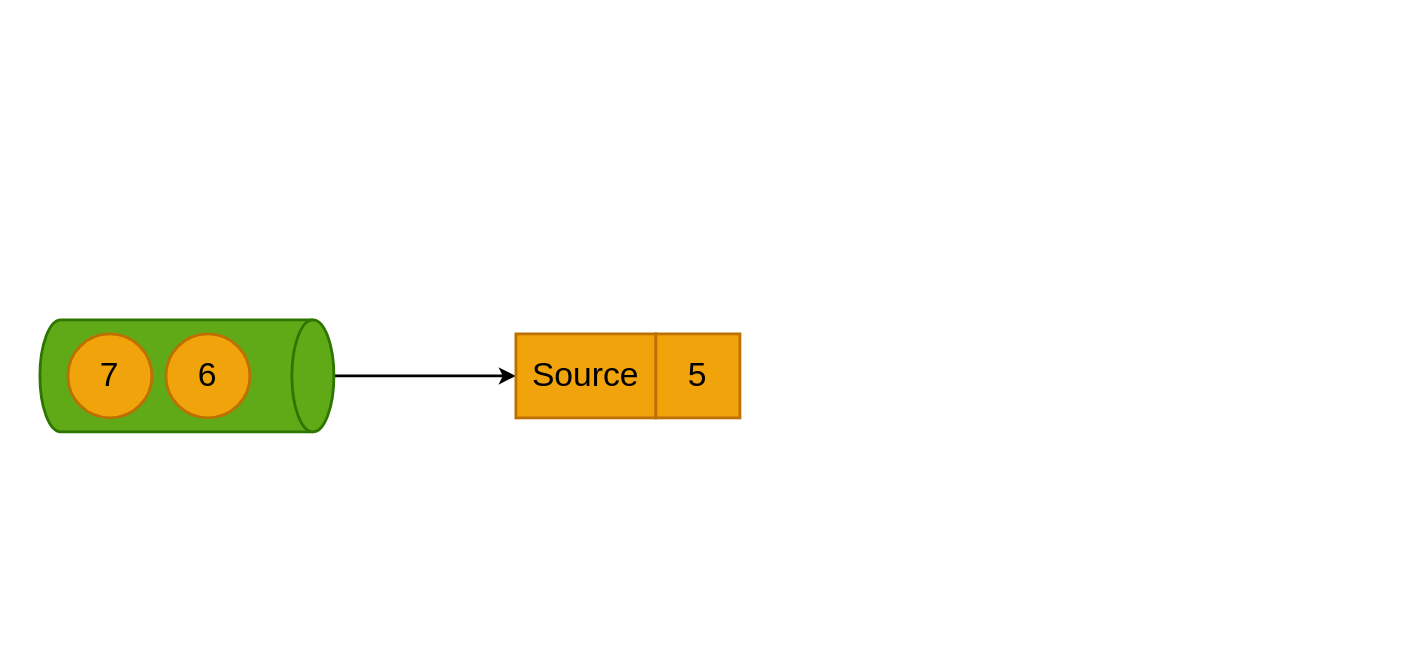
Before: page "checkpoint" (3 of 3) of Flink.drawio in starzy1990/diagrams, a draw.io diagram. Source tidied: cells renumbered, new cells numbered last; positions are measured from the earlier drawing's top-left corner, leaving out a move shared by most shapes. Both pictures are drawn from the tidied source at 140%, with x=0, y=0 at pixel (39, 319).
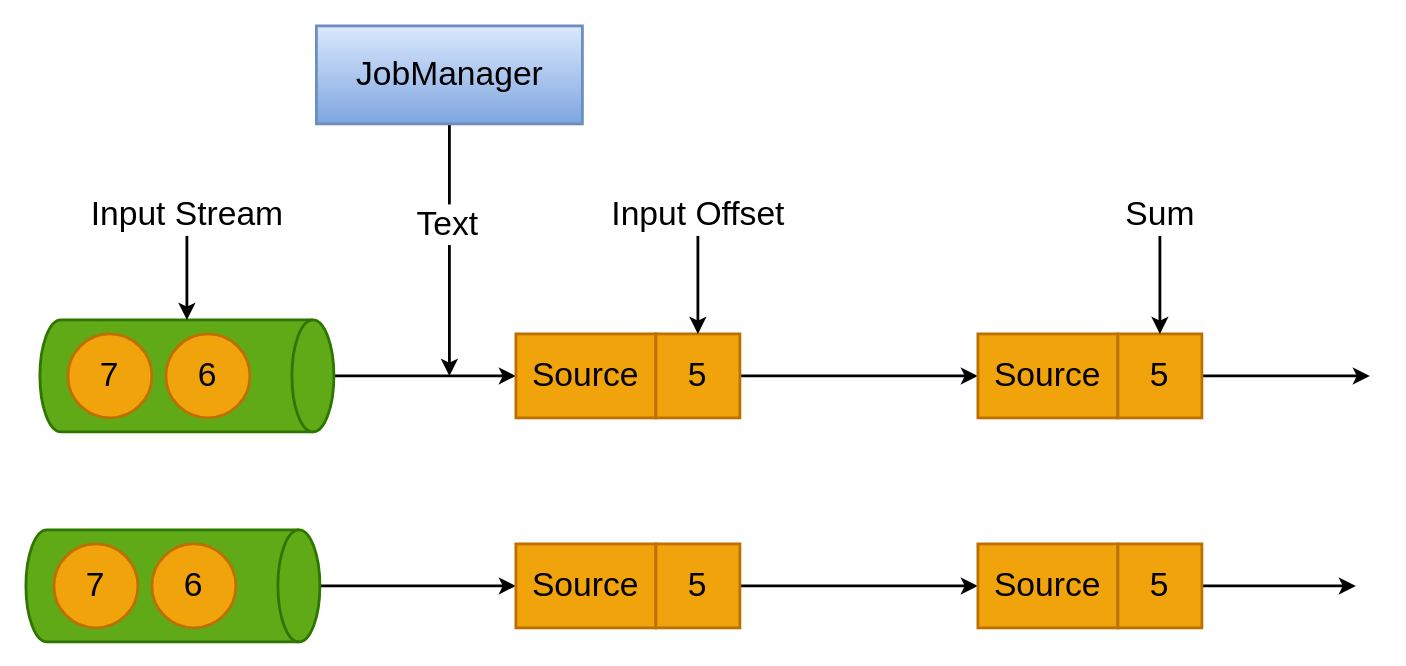
Above is the later version.

The change refers to these unchanged cells:
```xml
<mxCell id="3" style="shape=cylinder3;whiteSpace=wrap;html=1;boundedLbl=1;backgroundOutline=1;size=15;fontSize=18;strokeColor=#2D7600;strokeWidth=2;direction=south;fillColor=#60a917;fontColor=#ffffff;" parent="1" vertex="1">
  <mxGeometry width="210" height="80" as="geometry" />
</mxCell>
<mxCell id="7" value="5" style="rounded=0;whiteSpace=wrap;html=1;fontSize=24;strokeColor=#BD7000;strokeWidth=2;fillColor=#f0a30a;fontColor=#000000;" parent="1" vertex="1">
  <mxGeometry x="440" y="10" width="60" height="60" as="geometry" />
</mxCell>
```

The edit, as a diff of the source:
```diff
@@
+    <mxCell id="8" style="edgeStyle=none;rounded=0;jettySize=auto;html=1;fontSize=24;strokeWidth=2;" parent="1" edge="1" source="7" target="10">
+      <mxGeometry relative="1" as="geometry" />
+    </mxCell>
+    <mxCell id="9" style="edgeStyle=none;rounded=0;jettySize=auto;html=1;entryX=0;entryY=0.5;entryDx=0;entryDy=0;fontSize=24;strokeWidth=2;exitX=1;exitY=0.5;exitDx=0;exitDy=0;" parent="1" edge="1" source="30" target="13">
+      <mxGeometry relative="1" as="geometry" />
+    </mxCell>
@@
+    <mxCell id="10" value="Source" style="rounded=0;whiteSpace=wrap;html=1;fontSize=24;strokeColor=#BD7000;strokeWidth=2;fillColor=#f0a30a;fontColor=#000000;" parent="1" vertex="1">
+      <mxGeometry x="670" y="10" width="100" height="60" as="geometry" />
+    </mxCell>
+    <mxCell id="11" style="edgeStyle=none;rounded=0;jettySize=auto;html=1;fontSize=24;strokeWidth=2;" parent="1" edge="1" source="12">
+      <mxGeometry relative="1" as="geometry">
+        <mxPoint x="950" y="40" as="targetPoint" />
+      </mxGeometry>
+    </mxCell>
+    <mxCell id="12" value="5" style="rounded=0;whiteSpace=wrap;html=1;fontSize=24;strokeColor=#BD7000;strokeWidth=2;fillColor=#f0a30a;fontColor=#000000;" parent="1" vertex="1">
+      <mxGeometry x="770" y="10" width="60" height="60" as="geometry" />
+    </mxCell>
+    <mxCell id="13" value="Source" style="rounded=0;whiteSpace=wrap;html=1;fontSize=24;strokeColor=#BD7000;strokeWidth=2;fillColor=#f0a30a;fontColor=#000000;" parent="1" vertex="1">
+      <mxGeometry x="670" y="160" width="100" height="60" as="geometry" />
+    </mxCell>
+    <mxCell id="14" style="edgeStyle=none;rounded=0;jettySize=auto;html=1;fontSize=24;strokeWidth=2;" parent="1" edge="1" source="15">
+      <mxGeometry relative="1" as="geometry">
+        <mxPoint x="940" y="190" as="targetPoint" />
+      </mxGeometry>
+    </mxCell>
+    <mxCell id="15" value="5" style="rounded=0;whiteSpace=wrap;html=1;fontSize=24;strokeColor=#BD7000;strokeWidth=2;fillColor=#f0a30a;fontColor=#000000;" parent="1" vertex="1">
+      <mxGeometry x="770" y="160" width="60" height="60" as="geometry" />
+    </mxCell>
+    <mxCell id="16" style="edgeStyle=none;rounded=0;jettySize=auto;html=1;entryX=0;entryY=0.5;entryDx=0;entryDy=0;entryPerimeter=0;fontSize=24;strokeWidth=2;" parent="1" edge="1" source="17" target="3">
+      <mxGeometry relative="1" as="geometry" />
+    </mxCell>
+    <mxCell id="17" value="Input Stream" style="text;html=1;strokeColor=none;fillColor=none;align=center;verticalAlign=middle;whiteSpace=wrap;rounded=0;fontSize=24;" parent="1" vertex="1">
+      <mxGeometry x="22.5" y="-90" width="165" height="30" as="geometry" />
+    </mxCell>
+    <mxCell id="18" style="edgeStyle=none;rounded=0;jettySize=auto;html=1;entryX=0.5;entryY=0;entryDx=0;entryDy=0;fontSize=24;strokeWidth=2;" parent="1" edge="1" source="19" target="7">
+      <mxGeometry relative="1" as="geometry" />
+    </mxCell>
+    <mxCell id="19" value="Input Offset" style="text;html=1;strokeColor=none;fillColor=none;align=center;verticalAlign=middle;whiteSpace=wrap;rounded=0;fontSize=24;" parent="1" vertex="1">
+      <mxGeometry x="387.5" y="-90" width="165" height="30" as="geometry" />
+    </mxCell>
+    <mxCell id="20" style="edgeStyle=none;rounded=0;jettySize=auto;html=1;entryX=0.5;entryY=0;entryDx=0;entryDy=0;fontSize=24;strokeWidth=2;" parent="1" edge="1" source="21" target="12">
+      <mxGeometry relative="1" as="geometry" />
+    </mxCell>
+    <mxCell id="21" value="Sum" style="text;html=1;strokeColor=none;fillColor=none;align=center;verticalAlign=middle;whiteSpace=wrap;rounded=0;fontSize=24;" parent="1" vertex="1">
+      <mxGeometry x="717.5" y="-90" width="165" height="30" as="geometry" />
+    </mxCell>
+    <mxCell id="22" style="edgeStyle=none;rounded=0;jettySize=auto;html=1;entryX=0;entryY=0.5;entryDx=0;entryDy=0;fontSize=24;strokeWidth=2;" parent="1" edge="1" source="23" target="29">
+      <mxGeometry relative="1" as="geometry" />
+    </mxCell>
+    <mxCell id="23" style="shape=cylinder3;whiteSpace=wrap;html=1;boundedLbl=1;backgroundOutline=1;size=15;fontSize=18;strokeColor=#2D7600;strokeWidth=2;direction=south;fillColor=#60a917;fontColor=#ffffff;" parent="1" vertex="1">
+      <mxGeometry x="-10" y="150" width="210" height="80" as="geometry" />
+    </mxCell>
+    <mxCell id="24" value="7" style="ellipse;whiteSpace=wrap;html=1;fontSize=24;strokeColor=#BD7000;strokeWidth=2;fillColor=#f0a30a;fontColor=#000000;" parent="1" vertex="1">
+      <mxGeometry x="10" y="160" width="60" height="60" as="geometry" />
+    </mxCell>
+    <mxCell id="25" value="6" style="ellipse;whiteSpace=wrap;html=1;fontSize=24;strokeColor=#BD7000;strokeWidth=2;fillColor=#f0a30a;fontColor=#000000;" parent="1" vertex="1">
+      <mxGeometry x="80" y="160" width="60" height="60" as="geometry" />
+    </mxCell>
+    <mxCell id="26" style="edgeStyle=none;rounded=0;jettySize=auto;html=1;fontSize=24;strokeWidth=2;" parent="1" edge="1" source="28">
+      <mxGeometry relative="1" as="geometry">
+        <mxPoint x="292.5" y="40" as="targetPoint" />
+      </mxGeometry>
+    </mxCell>
+    <mxCell id="27" value="Text" style="edgeLabel;html=1;align=center;verticalAlign=middle;fontSize=24;" parent="26" vertex="1">
+      <mxGeometry x="-0.21" y="-2" relative="1" as="geometry" />
+    </mxCell>
+    <mxCell id="28" value="JobManager" style="rounded=0;whiteSpace=wrap;html=1;fontSize=24;strokeColor=#6c8ebf;strokeWidth=2;fillColor=#dae8fc;gradientColor=#7ea6e0;" parent="1" vertex="1">
+      <mxGeometry x="197.5" y="-210" width="190" height="70" as="geometry" />
+    </mxCell>
+    <mxCell id="29" value="Source" style="rounded=0;whiteSpace=wrap;html=1;fontSize=24;strokeColor=#BD7000;strokeWidth=2;fillColor=#f0a30a;fontColor=#000000;" parent="1" vertex="1">
+      <mxGeometry x="340" y="160" width="100" height="60" as="geometry" />
+    </mxCell>
+    <mxCell id="30" value="5" style="rounded=0;whiteSpace=wrap;html=1;fontSize=24;strokeColor=#BD7000;strokeWidth=2;fillColor=#f0a30a;fontColor=#000000;" parent="1" vertex="1">
+      <mxGeometry x="440" y="160" width="60" height="60" as="geometry" />
+    </mxCell>
```
